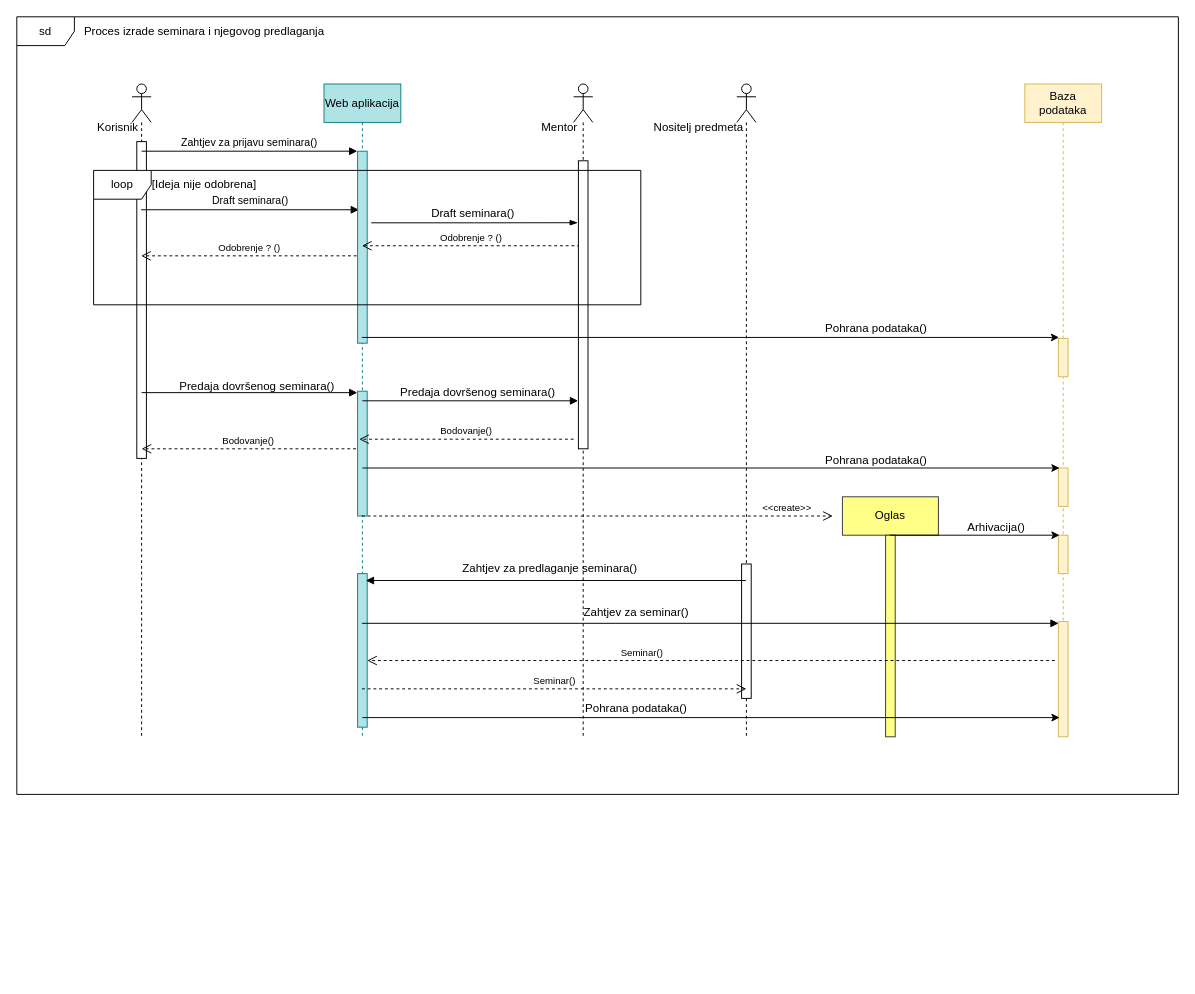
studensis/studius keeps this draw.io diagram as documentation/diagrams/UMLSequence/Seminar_i_predlaganje.drawio. Above is the earlier version. Source tidied: cells renumbered, new cells numbered last; positions are measured from the earlier drawing's top-left corner, leaving out a move shared by most shapes. Both pictures are drawn from the tidied source at 96%, with x=0, y=0 at pixel (16, 16).
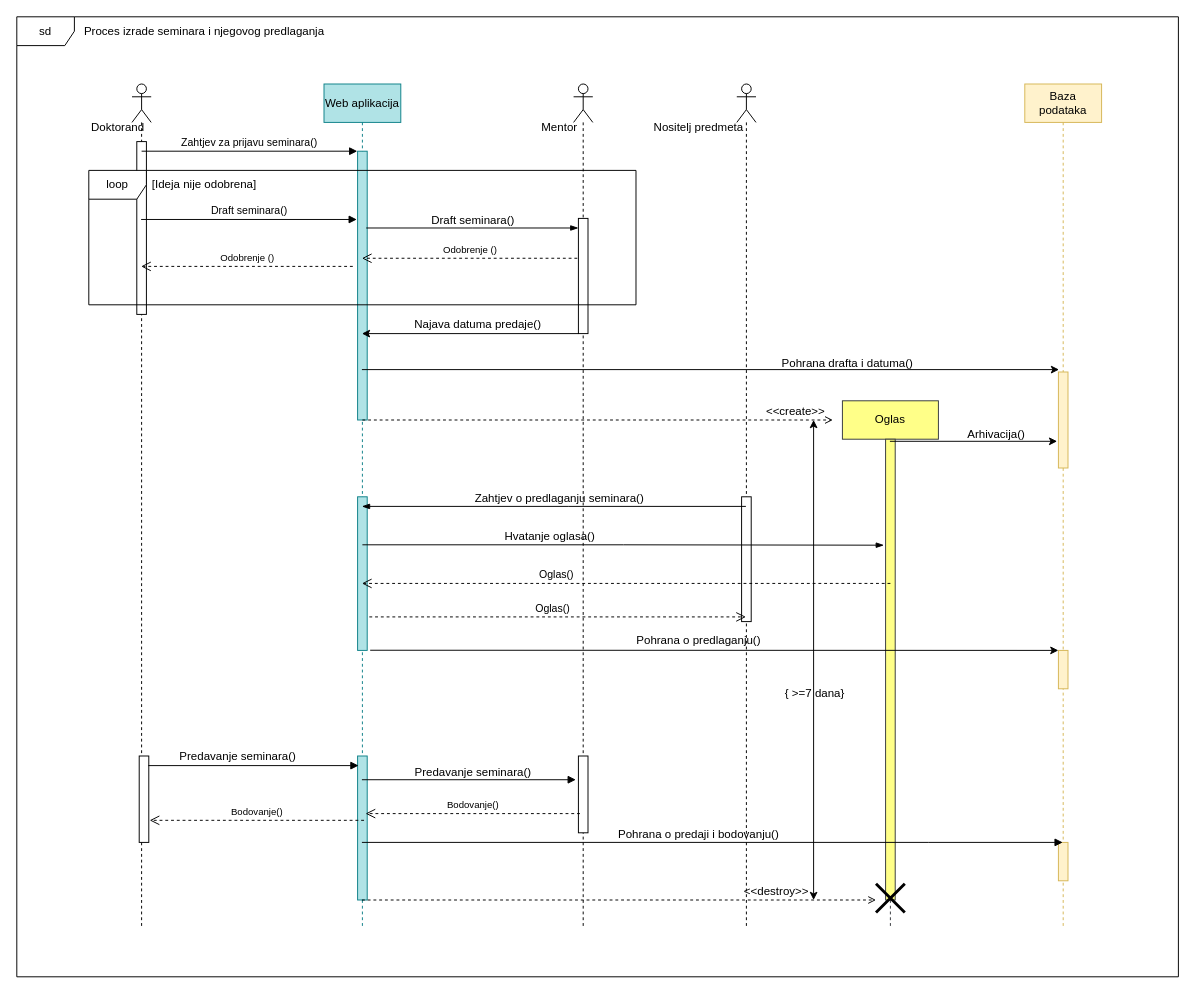
The same diagram, later.

Commit message (it also covers changes not shown here):
seminar sekv. dijagram verzija 2.1

Diff of the diagram source:
```diff
@@
     <mxCell id="2" value="sd" style="shape=umlFrame;whiteSpace=wrap;html=1;gradientColor=none;fillColor=default;strokeColor=default;swimlaneFillColor=default;" parent="1" vertex="1">
-      <mxGeometry width="1210" height="810" as="geometry" />
+      <mxGeometry width="1210" height="1000" as="geometry" />
     </mxCell>
     <mxCell id="3" value="&lt;br&gt;" style="shape=umlLifeline;participant=umlActor;perimeter=lifelinePerimeter;whiteSpace=wrap;html=1;verticalAlign=top;spacingTop=36;outlineConnect=0;size=40;" parent="1" vertex="1">
-      <mxGeometry x="120" y="70" width="20" height="680" as="geometry" />
+      <mxGeometry x="120" y="70" width="20" height="880" as="geometry" />
     </mxCell>
     <mxCell id="4" style="html=1;perimeter=orthogonalPerimeter;" parent="3" vertex="1">
-      <mxGeometry x="5" y="60" width="10" height="330" as="geometry" />
+      <mxGeometry x="5" y="60" width="10" height="180" as="geometry" />
     </mxCell>
-    <mxCell id="5" value="Korisnik&lt;br&gt;" style="text;html=1;align=center;verticalAlign=middle;strokeColor=none;fillColor=none;" parent="3" vertex="1">
-      <mxGeometry x="-50" y="30" width="70" height="30" as="geometry" />
+    <mxCell id="5" value="Doktorand" style="text;html=1;align=center;verticalAlign=middle;strokeColor=none;fillColor=none;" parent="3" vertex="1">
+      <mxGeometry x="-55" y="30" width="80" height="30" as="geometry" />
     </mxCell>
+    <mxCell id="53" style="html=1;perimeter=orthogonalPerimeter;strokeColor=default;fillColor=default;gradientColor=none;" parent="3" vertex="1">
+      <mxGeometry x="7.5" y="700" width="10" height="90" as="geometry" />
+    </mxCell>
     <mxCell id="6" value="Baza podataka" style="shape=umlLifeline;perimeter=lifelinePerimeter;whiteSpace=wrap;html=1;outlineConnect=0;fillColor=#fff2cc;strokeColor=#d6b656;" parent="1" vertex="1">
-      <mxGeometry x="1050" y="70" width="80" height="680" as="geometry" />
+      <mxGeometry x="1050" y="70" width="80" height="880" as="geometry" />
     </mxCell>
     <mxCell id="7" style="html=1;points=[];perimeter=orthogonalPerimeter;labelBackgroundColor=none;fontSize=12;fillColor=#fff2cc;strokeColor=#d6b656;" parent="6" vertex="1">
-      <mxGeometry x="35" y="265" width="10" height="40" as="geometry" />
+      <mxGeometry x="35" y="300" width="10" height="100" as="geometry" />
     </mxCell>
-    <mxCell id="8" style="html=1;perimeter=orthogonalPerimeter;labelBackgroundColor=none;fontSize=12;fillColor=#fff2cc;strokeColor=#d6b656;" parent="6" vertex="1">
-      <mxGeometry x="35" y="400" width="10" height="40" as="geometry" />
-    </mxCell>
-    <mxCell id="9" style="html=1;perimeter=orthogonalPerimeter;labelBackgroundColor=none;fontSize=12;fillColor=#fff2cc;strokeColor=#d6b656;" parent="6" vertex="1">
-      <mxGeometry x="35" y="470" width="10" height="40" as="geometry" />
-    </mxCell>
-    <mxCell id="10" value="Arhivacija()" style="text;html=1;align=center;verticalAlign=middle;strokeColor=none;fillColor=none;" parent="6" vertex="1">
-      <mxGeometry x="-70" y="447" width="80" height="30" as="geometry" />
-    </mxCell>
     <mxCell id="11" style="html=1;points=[];perimeter=orthogonalPerimeter;labelBackgroundColor=none;fontSize=12;fillColor=#fff2cc;strokeColor=#d6b656;" parent="6" vertex="1">
-      <mxGeometry x="35" y="560" width="10" height="120" as="geometry" />
+      <mxGeometry x="35" y="790" width="10" height="40" as="geometry" />
     </mxCell>
+    <mxCell id="54" style="html=1;points=[];perimeter=orthogonalPerimeter;labelBackgroundColor=none;fontSize=12;fillColor=#fff2cc;strokeColor=#d6b656;" parent="6" vertex="1">
+      <mxGeometry x="35" y="590" width="10" height="40" as="geometry" />
+    </mxCell>
-    <mxCell id="12" value="Draft seminara()" style="html=1;verticalAlign=bottom;endArrow=block;rounded=0;entryX=0.14;entryY=0.305;entryDx=0;entryDy=0;entryPerimeter=0;" parent="1" edge="1" source="3" target="14">
+    <mxCell id="12" value="Draft seminara()" style="html=1;verticalAlign=bottom;endArrow=block;rounded=0;entryX=-0.082;entryY=0.254;entryDx=0;entryDy=0;entryPerimeter=0;" parent="1" edge="1" source="3" target="14">
       <mxGeometry relative="1" as="geometry" />
     </mxCell>
     <mxCell id="13" value="Web aplikacija" style="shape=umlLifeline;perimeter=lifelinePerimeter;whiteSpace=wrap;html=1;outlineConnect=0;labelBackgroundColor=none;fontSize=12;fillColor=#b0e3e6;strokeColor=#0e8088;" parent="1" vertex="1">
-      <mxGeometry x="320" y="70" width="80" height="680" as="geometry" />
+      <mxGeometry x="320" y="70" width="80" height="880" as="geometry" />
     </mxCell>
     <mxCell id="14" style="html=1;points=[];perimeter=orthogonalPerimeter;labelBackgroundColor=none;fontSize=12;fillColor=#b0e3e6;strokeColor=#0e8088;" parent="13" vertex="1">
-      <mxGeometry x="35" y="70" width="10" height="200" as="geometry" />
+      <mxGeometry x="35" y="70" width="10" height="280" as="geometry" />
     </mxCell>
     <mxCell id="15" style="html=1;perimeter=orthogonalPerimeter;fillColor=#b0e3e6;strokeColor=#0e8088;" parent="13" vertex="1">
-      <mxGeometry x="35" y="320" width="10" height="130" as="geometry" />
+      <mxGeometry x="35" y="700" width="10" height="150" as="geometry" />
     </mxCell>
     <mxCell id="16" style="html=1;points=[];perimeter=orthogonalPerimeter;fillColor=#b0e3e6;strokeColor=#0e8088;" parent="13" vertex="1">
-      <mxGeometry x="35" y="510" width="10" height="160" as="geometry" />
+      <mxGeometry x="35" y="430" width="10" height="160" as="geometry" />
     </mxCell>
-    <mxCell id="17" value="Odobrenje ? ()" style="html=1;verticalAlign=bottom;endArrow=open;dashed=1;endSize=8;rounded=0;fontSize=10;exitX=0.18;exitY=0.295;exitDx=0;exitDy=0;exitPerimeter=0;" parent="1" edge="1" source="19" target="13">
+    <mxCell id="17" value="Odobrenje ()" style="html=1;verticalAlign=bottom;endArrow=open;dashed=1;endSize=8;rounded=0;fontSize=10;exitX=-0.118;exitY=0.346;exitDx=0;exitDy=0;exitPerimeter=0;" parent="1" edge="1" source="19" target="13">
       <mxGeometry relative="1" as="geometry" />
     </mxCell>
     <mxCell id="18" style="shape=umlLifeline;participant=umlActor;perimeter=lifelinePerimeter;whiteSpace=wrap;html=1;verticalAlign=top;spacingTop=36;" parent="1" vertex="1">
-      <mxGeometry x="580" y="70" width="20" height="680" as="geometry" />
+      <mxGeometry x="580" y="70" width="20" height="880" as="geometry" />
     </mxCell>
     <mxCell id="19" style="html=1;points=[];perimeter=orthogonalPerimeter;" parent="18" vertex="1">
-      <mxGeometry x="5" y="80" width="10" height="300" as="geometry" />
+      <mxGeometry x="5" y="140" width="10" height="120" as="geometry" />
     </mxCell>
-    <mxCell id="20" value="Zahtjev za predlaganje seminara()" style="text;html=1;align=center;verticalAlign=middle;strokeColor=none;fillColor=none;" parent="18" vertex="1">
-      <mxGeometry x="-130" y="490" width="210" height="30" as="geometry" />
-    </mxCell>
+    <mxCell id="55" style="html=1;points=[];perimeter=orthogonalPerimeter;" parent="18" vertex="1">
+      <mxGeometry x="5" y="700" width="10" height="80" as="geometry" />
+    </mxCell>
@@
-    <mxCell id="22" style="edgeStyle=elbowEdgeStyle;fontSize=12;html=1;endArrow=blockThin;endFill=1;rounded=0;entryX=-0.06;entryY=0.215;entryDx=0;entryDy=0;entryPerimeter=0;exitX=1.42;exitY=0.373;exitDx=0;exitDy=0;exitPerimeter=0;" parent="1" edge="1" source="14" target="19">
-      <mxGeometry relative="1" as="geometry" />
+    <mxCell id="22" style="edgeStyle=elbowEdgeStyle;fontSize=12;html=1;endArrow=blockThin;endFill=1;rounded=0;" parent="1" edge="1">
+      <mxGeometry relative="1" as="geometry">
+        <mxPoint x="364" y="220" as="sourcePoint" />
+        <mxPoint x="585" y="220" as="targetPoint" />
+      </mxGeometry>
     </mxCell>
     <mxCell id="23" value="Draft seminara()" style="text;html=1;align=center;verticalAlign=middle;strokeColor=none;fillColor=none;" parent="1" vertex="1">
-      <mxGeometry x="420" y="190" width="110" height="30" as="geometry" />
+      <mxGeometry x="420" y="197" width="110" height="30" as="geometry" />
     </mxCell>
     <mxCell id="24" value="loop" style="shape=umlFrame;whiteSpace=wrap;html=1;" parent="1" vertex="1">
-      <mxGeometry x="80" y="160" width="570" height="140" as="geometry" />
+      <mxGeometry x="75" y="160" width="570" height="140" as="geometry" />
     </mxCell>
-    <mxCell id="25" value="Odobrenje ? ()" style="html=1;verticalAlign=bottom;endArrow=open;dashed=1;endSize=8;rounded=0;fontSize=10;exitX=-0.1;exitY=0.545;exitDx=0;exitDy=0;exitPerimeter=0;" parent="1" edge="1" source="14" target="3">
-      <mxGeometry relative="1" as="geometry" />
+    <mxCell id="25" value="Odobrenje ()" style="html=1;verticalAlign=bottom;endArrow=open;dashed=1;endSize=8;rounded=0;fontSize=10;" parent="1" edge="1" target="3">
+      <mxGeometry relative="1" as="geometry">
+        <mxPoint x="350" y="260" as="sourcePoint" />
+      </mxGeometry>
     </mxCell>
@@
     <mxCell id="29" style="shape=umlLifeline;participant=umlActor;perimeter=lifelinePerimeter;whiteSpace=wrap;html=1;verticalAlign=top;spacingTop=36;outlineConnect=0;" parent="1" vertex="1">
-      <mxGeometry x="750" y="70" width="20" height="680" as="geometry" />
+      <mxGeometry x="750" y="70" width="20" height="880" as="geometry" />
     </mxCell>
     <mxCell id="30" style="html=1;points=[];perimeter=orthogonalPerimeter;" parent="29" vertex="1">
-      <mxGeometry x="5" y="500" width="10" height="140" as="geometry" />
+      <mxGeometry x="5" y="430" width="10" height="130" as="geometry" />
     </mxCell>
@@
-    <mxCell id="32" value="Pohrana podataka()" style="text;html=1;align=center;verticalAlign=middle;strokeColor=none;fillColor=none;" parent="1" vertex="1">
-      <mxGeometry x="830" y="310" width="130" height="30" as="geometry" />
+    <mxCell id="32" value="Pohrana drafta i datuma()" style="text;html=1;align=center;verticalAlign=middle;strokeColor=none;fillColor=none;" parent="1" vertex="1">
+      <mxGeometry x="785" y="346" width="160" height="30" as="geometry" />
     </mxCell>
-    <mxCell id="33" style="endArrow=classic;html=1;rounded=0;fontSize=15;fontColor=#000000;entryX=0.067;entryY=-0.025;entryDx=0;entryDy=0;entryPerimeter=0;" parent="1" edge="1">
-      <mxGeometry relative="1" as="geometry">
-        <mxPoint x="360" y="470" as="sourcePoint" />
-        <mxPoint x="1086.2" y="470" as="targetPoint" />
-      </mxGeometry>
-    </mxCell>
-    <mxCell id="34" value="Predaja dovršenog seminara()" style="text;html=1;align=center;verticalAlign=middle;strokeColor=none;fillColor=none;" parent="1" vertex="1">
-      <mxGeometry x="160" y="370" width="180" height="30" as="geometry" />
+    <mxCell id="34" value="Predavanje seminara()" style="text;html=1;align=center;verticalAlign=middle;strokeColor=none;fillColor=none;" parent="1" vertex="1">
+      <mxGeometry x="160" y="756" width="140" height="30" as="geometry" />
     </mxCell>
-    <mxCell id="35" value="Pohrana podataka()" style="text;html=1;align=center;verticalAlign=middle;strokeColor=none;fillColor=none;" parent="1" vertex="1">
-      <mxGeometry x="830" y="447" width="130" height="30" as="geometry" />
-    </mxCell>
     <mxCell id="36" style="html=1;verticalAlign=bottom;endArrow=block;rounded=0;exitX=0.98;exitY=0.186;exitDx=0;exitDy=0;exitPerimeter=0;" parent="1" edge="1">
       <mxGeometry relative="1" as="geometry">
-        <mxPoint x="130" y="391.5" as="sourcePoint" />
-        <mxPoint x="354.7" y="391.5" as="targetPoint" />
+        <mxPoint x="137" y="780" as="sourcePoint" />
+        <mxPoint x="356" y="780" as="targetPoint" />
       </mxGeometry>
     </mxCell>
     <mxCell id="37" value="Bodovanje()" style="html=1;verticalAlign=bottom;endArrow=open;dashed=1;endSize=8;rounded=0;fontSize=10;exitX=-0.22;exitY=0.2;exitDx=0;exitDy=0;exitPerimeter=0;" parent="1" edge="1">
       <mxGeometry relative="1" as="geometry">
-        <mxPoint x="580" y="440" as="sourcePoint" />
-        <mxPoint x="356.7" y="440" as="targetPoint" />
+        <mxPoint x="586.6" y="830" as="sourcePoint" />
+        <mxPoint x="363.3" y="830" as="targetPoint" />
       </mxGeometry>
     </mxCell>
     <mxCell id="38" value="Bodovanje()" style="html=1;verticalAlign=bottom;endArrow=open;dashed=1;endSize=8;rounded=0;fontSize=10;exitX=-0.22;exitY=0.2;exitDx=0;exitDy=0;exitPerimeter=0;" parent="1" edge="1">
       <mxGeometry relative="1" as="geometry">
-        <mxPoint x="353.3" y="450" as="sourcePoint" />
-        <mxPoint x="130" y="450" as="targetPoint" />
+        <mxPoint x="361.7" y="837" as="sourcePoint" />
+        <mxPoint x="138.4" y="837" as="targetPoint" />
       </mxGeometry>
     </mxCell>
-    <mxCell id="39" style="html=1;verticalAlign=bottom;endArrow=block;rounded=0;exitX=0.98;exitY=0.186;exitDx=0;exitDy=0;exitPerimeter=0;" parent="1" edge="1">
-      <mxGeometry relative="1" as="geometry">
-        <mxPoint x="360" y="400" as="sourcePoint" />
-        <mxPoint x="584.7" y="400" as="targetPoint" />
-      </mxGeometry>
+    <mxCell id="39" style="html=1;verticalAlign=bottom;endArrow=block;rounded=0;entryX=-0.267;entryY=0.309;entryDx=0;entryDy=0;entryPerimeter=0;" parent="1" edge="1" source="13" target="55">
+      <mxGeometry relative="1" as="geometry" />
     </mxCell>
-    <mxCell id="40" value="Predaja dovršenog seminara()" style="text;html=1;align=center;verticalAlign=middle;strokeColor=none;fillColor=none;" parent="1" vertex="1">
-      <mxGeometry x="390" y="377" width="180" height="30" as="geometry" />
+    <mxCell id="40" value="Predavanje seminara()" style="text;html=1;align=center;verticalAlign=middle;strokeColor=none;fillColor=none;" parent="1" vertex="1">
+      <mxGeometry x="405" y="772" width="140" height="30" as="geometry" />
     </mxCell>
     <mxCell id="41" value="Oglas" style="shape=umlLifeline;perimeter=lifelinePerimeter;whiteSpace=wrap;html=1;outlineConnect=0;fillColor=#ffff88;strokeColor=#36393d;" parent="1" vertex="1">
-      <mxGeometry x="860" y="500" width="100" height="250" as="geometry" />
+      <mxGeometry x="860" y="400" width="100" height="550" as="geometry" />
     </mxCell>
     <mxCell id="42" style="html=1;points=[];perimeter=orthogonalPerimeter;fillColor=#ffff88;strokeColor=#36393d;" parent="41" vertex="1">
-      <mxGeometry x="45" y="40" width="10" height="210" as="geometry" />
+      <mxGeometry x="45" y="40" width="10" height="480" as="geometry" />
     </mxCell>
+    <mxCell id="56" style="shape=umlDestroy;whiteSpace=wrap;html=1;strokeWidth=3;strokeColor=default;fillColor=default;gradientColor=none;" parent="41" vertex="1">
+      <mxGeometry x="35" y="503" width="30" height="30" as="geometry" />
+    </mxCell>
+    <mxCell id="57" value="&amp;lt;&amp;lt;destroy&amp;gt;&amp;gt;" style="html=1;verticalAlign=bottom;labelBackgroundColor=none;endArrow=open;endFill=0;dashed=1;rounded=0;fontSize=12;fontColor=#000000;" parent="41" edge="1" source="13">
+      <mxGeometry x="0.61" relative="1" as="geometry">
+        <mxPoint x="35" y="520" as="targetPoint" />
+      </mxGeometry>
+    </mxCell>
+    <mxCell id="47" style="html=1;verticalAlign=bottom;endArrow=block;rounded=0;" parent="1" edge="1" source="13" target="6">
+      <mxGeometry relative="1" as="geometry">
+        <Array as="points">
+          <mxPoint x="950" y="860" />
+        </Array>
+      </mxGeometry>
+    </mxCell>
+    <mxCell id="52" value="Proces izrade seminara i njegovog predlaganja" style="text;html=1;align=center;verticalAlign=middle;strokeColor=none;fillColor=none;" parent="1" vertex="1">
+      <mxGeometry x="60" width="270" height="30" as="geometry" />
+    </mxCell>
+    <mxCell id="58" value="Pohrana o predaji i bodovanju()" style="text;html=1;align=center;verticalAlign=middle;strokeColor=none;fillColor=none;" parent="1" vertex="1">
+      <mxGeometry x="615" y="837" width="190" height="30" as="geometry" />
+    </mxCell>
-    <mxCell id="43" value="&amp;lt;&amp;lt;create&amp;gt;&amp;gt;" style="html=1;verticalAlign=bottom;endArrow=open;dashed=1;endSize=8;rounded=0;fontSize=10;" parent="1" edge="1" source="13">
-      <mxGeometry x="0.8" relative="1" as="geometry">
-        <mxPoint x="850" y="520" as="targetPoint" />
-        <mxPoint x="1" as="offset" />
+    <mxCell id="43" value="&amp;lt;&amp;lt;create&amp;gt;&amp;gt;" style="html=1;verticalAlign=bottom;labelBackgroundColor=none;endArrow=open;endFill=0;dashed=1;rounded=0;fontSize=12;fontColor=#000000;" parent="1" edge="1">
+      <mxGeometry x="0.84" relative="1" as="geometry">
+        <mxPoint x="360" y="420" as="sourcePoint" />
+        <mxPoint x="850" y="420" as="targetPoint" />
       </mxGeometry>
     </mxCell>
-    <mxCell id="44" style="endArrow=classic;html=1;rounded=0;fontSize=15;fontColor=#000000;entryX=0.067;entryY=-0.025;entryDx=0;entryDy=0;entryPerimeter=0;" parent="1" edge="1" source="41">
-      <mxGeometry relative="1" as="geometry">
-        <mxPoint x="1086.2" y="540" as="targetPoint" />
-      </mxGeometry>
-    </mxCell>
-    <mxCell id="45" style="html=1;verticalAlign=bottom;endArrow=block;rounded=0;entryX=0.86;entryY=0.045;entryDx=0;entryDy=0;entryPerimeter=0;" parent="1" edge="1" source="29" target="16">
-      <mxGeometry relative="1" as="geometry" />
-    </mxCell>
-    <mxCell id="46" value="Seminar()" style="html=1;verticalAlign=bottom;endArrow=open;dashed=1;endSize=8;rounded=0;fontSize=10;exitX=-0.38;exitY=0.338;exitDx=0;exitDy=0;exitPerimeter=0;" parent="1" edge="1" source="11" target="16">
-      <mxGeometry x="0.2" relative="1" as="geometry" />
-    </mxCell>
-    <mxCell id="47" style="html=1;verticalAlign=bottom;endArrow=block;rounded=0;entryX=0.02;entryY=0.015;entryDx=0;entryDy=0;entryPerimeter=0;" parent="1" edge="1" source="13" target="11">
-      <mxGeometry relative="1" as="geometry" />
-    </mxCell>
-    <mxCell id="48" value="Zahtjev za seminar()" style="text;html=1;align=center;verticalAlign=middle;strokeColor=none;fillColor=none;" parent="1" vertex="1">
-      <mxGeometry x="580" y="606" width="130" height="30" as="geometry" />
-    </mxCell>
-    <mxCell id="49" value="Seminar()" style="html=1;verticalAlign=bottom;endArrow=open;dashed=1;endSize=8;rounded=0;fontSize=10;entryX=0.5;entryY=0.929;entryDx=0;entryDy=0;entryPerimeter=0;" parent="1" edge="1" source="13" target="30">
-      <mxGeometry relative="1" as="geometry" />
-    </mxCell>
-    <mxCell id="50" style="endArrow=classic;html=1;rounded=0;fontSize=15;fontColor=#000000;entryX=0.067;entryY=-0.025;entryDx=0;entryDy=0;entryPerimeter=0;" parent="1" edge="1">
-      <mxGeometry relative="1" as="geometry">
-        <mxPoint x="360" y="730" as="sourcePoint" />
-        <mxPoint x="1086.2" y="730" as="targetPoint" />
-      </mxGeometry>
-    </mxCell>
-    <mxCell id="51" value="Pohrana podataka()" style="text;html=1;align=center;verticalAlign=middle;strokeColor=none;fillColor=none;" parent="1" vertex="1">
-      <mxGeometry x="580" y="706" width="130" height="30" as="geometry" />
-    </mxCell>
-    <mxCell id="52" value="Proces izrade seminara i njegovog predlaganja" style="text;html=1;align=center;verticalAlign=middle;strokeColor=none;fillColor=none;" parent="1" vertex="1">
-      <mxGeometry x="60" width="270" height="30" as="geometry" />
-    </mxCell>
+    <mxCell id="59" style="endArrow=classic;html=1;rounded=0;fontSize=15;fontColor=#000000;entryX=-0.133;entryY=0.056;entryDx=0;entryDy=0;entryPerimeter=0;" parent="1" edge="1" source="41">
+      <mxGeometry relative="1" as="geometry">
+        <mxPoint x="1083.7" y="442.2" as="targetPoint" />
+      </mxGeometry>
+    </mxCell>
+    <mxCell id="10" value="Arhivacija()" style="text;html=1;align=center;verticalAlign=middle;strokeColor=none;fillColor=none;" parent="1" vertex="1">
+      <mxGeometry x="980" y="420" width="80" height="30" as="geometry" />
+    </mxCell>
+    <mxCell id="60" style="endArrow=classic;html=1;rounded=0;fontSize=15;fontColor=#000000;exitX=1.311;exitY=0.999;exitDx=0;exitDy=0;exitPerimeter=0;" parent="1" edge="1" source="16" target="54">
+      <mxGeometry relative="1" as="geometry" />
+    </mxCell>
+    <mxCell id="61" value="Pohrana o predlaganju()" style="text;html=1;align=center;verticalAlign=middle;strokeColor=none;fillColor=none;" parent="1" vertex="1">
+      <mxGeometry x="635" y="635" width="150" height="30" as="geometry" />
+    </mxCell>
+    <mxCell id="62" style="edgeStyle=elbowEdgeStyle;fontSize=12;html=1;endArrow=blockThin;endFill=1;rounded=0;" parent="1" edge="1" source="29" target="13">
+      <mxGeometry relative="1" as="geometry" />
+    </mxCell>
+    <mxCell id="63" value="Zahtjev o predlaganju seminara()" style="text;html=1;align=center;verticalAlign=middle;strokeColor=none;fillColor=none;" parent="1" vertex="1">
+      <mxGeometry x="465" y="487" width="200" height="30" as="geometry" />
+    </mxCell>
+    <mxCell id="64" style="edgeStyle=elbowEdgeStyle;fontSize=12;html=1;endArrow=blockThin;endFill=1;rounded=0;entryX=-0.178;entryY=0.23;entryDx=0;entryDy=0;entryPerimeter=0;" parent="1" edge="1" target="42">
+      <mxGeometry relative="1" as="geometry">
+        <mxPoint x="360" y="550" as="sourcePoint" />
+      </mxGeometry>
+    </mxCell>
+    <mxCell id="65" value="Hvatanje oglasa()" style="text;html=1;align=center;verticalAlign=middle;strokeColor=none;fillColor=none;" parent="1" vertex="1">
+      <mxGeometry x="495" y="526" width="120" height="30" as="geometry" />
+    </mxCell>
+    <mxCell id="66" value="Oglas()" style="html=1;verticalAlign=bottom;endArrow=open;dashed=1;endSize=8;rounded=0;exitX=1.222;exitY=0.782;exitDx=0;exitDy=0;exitPerimeter=0;" parent="1" edge="1" source="16" target="29">
+      <mxGeometry x="-0.02" relative="1" as="geometry">
+        <mxPoint x="-1" as="offset" />
+      </mxGeometry>
+    </mxCell>
+    <mxCell id="67" value="Oglas()" style="html=1;verticalAlign=bottom;endArrow=open;dashed=1;endSize=8;rounded=0;exitX=0.5;exitY=0.313;exitDx=0;exitDy=0;exitPerimeter=0;" parent="1" edge="1" source="42" target="13">
+      <mxGeometry x="0.26" relative="1" as="geometry">
+        <mxPoint x="-1" as="offset" />
+      </mxGeometry>
+    </mxCell>
+    <mxCell id="68" style="endArrow=classic;html=1;rounded=0;fontSize=15;fontColor=#000000;" parent="1" edge="1" target="13">
+      <mxGeometry relative="1" as="geometry">
+        <mxPoint x="585" y="330" as="sourcePoint" />
+      </mxGeometry>
+    </mxCell>
+    <mxCell id="69" value="Najava datuma predaje()" style="text;html=1;align=center;verticalAlign=middle;strokeColor=none;fillColor=none;" parent="1" vertex="1">
+      <mxGeometry x="400" y="306" width="160" height="30" as="geometry" />
+    </mxCell>
+    <mxCell id="70" style="endArrow=classic;startArrow=classic;html=1;rounded=0;" parent="1" edge="1">
+      <mxGeometry relative="1" as="geometry">
+        <mxPoint x="830" y="920" as="sourcePoint" />
+        <mxPoint x="830" y="420" as="targetPoint" />
+      </mxGeometry>
+    </mxCell>
+    <mxCell id="71" value="{ &amp;gt;=7 dana}" style="text;html=1;align=center;verticalAlign=middle;" parent="1" vertex="1">
+      <mxGeometry x="786" y="690" width="90" height="30" as="geometry" />
+    </mxCell>
```
